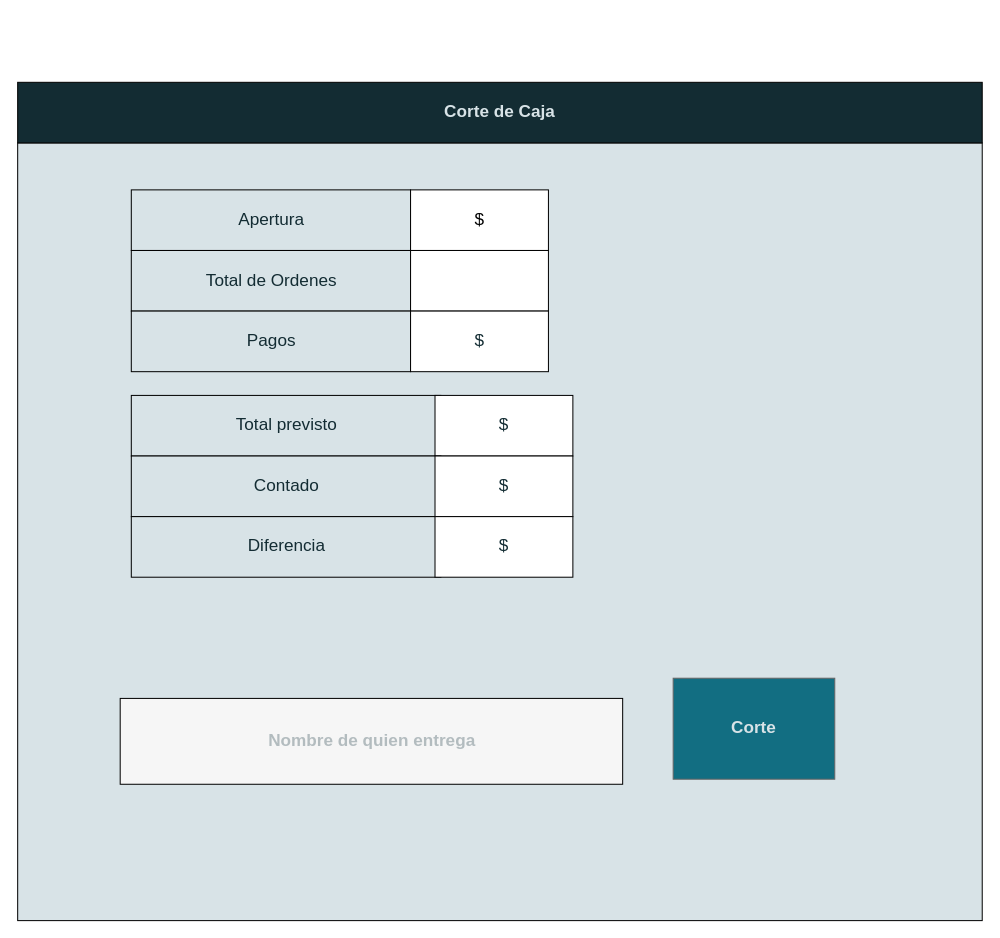
ValeriaAMD/Proyecto-F keeps this draw.io diagram as page "Corte de caja" (3 of 7) of proyecto/mockups refinados (1).drawio. Above is the earlier version. Source tidied: cells renumbered, new cells numbered last; positions are measured from the earlier drawing's top-left corner, leaving out a move shared by most shapes. Both pictures are drawn from the tidied source at 101%, with x=0, y=0 at pixel (17, 82).
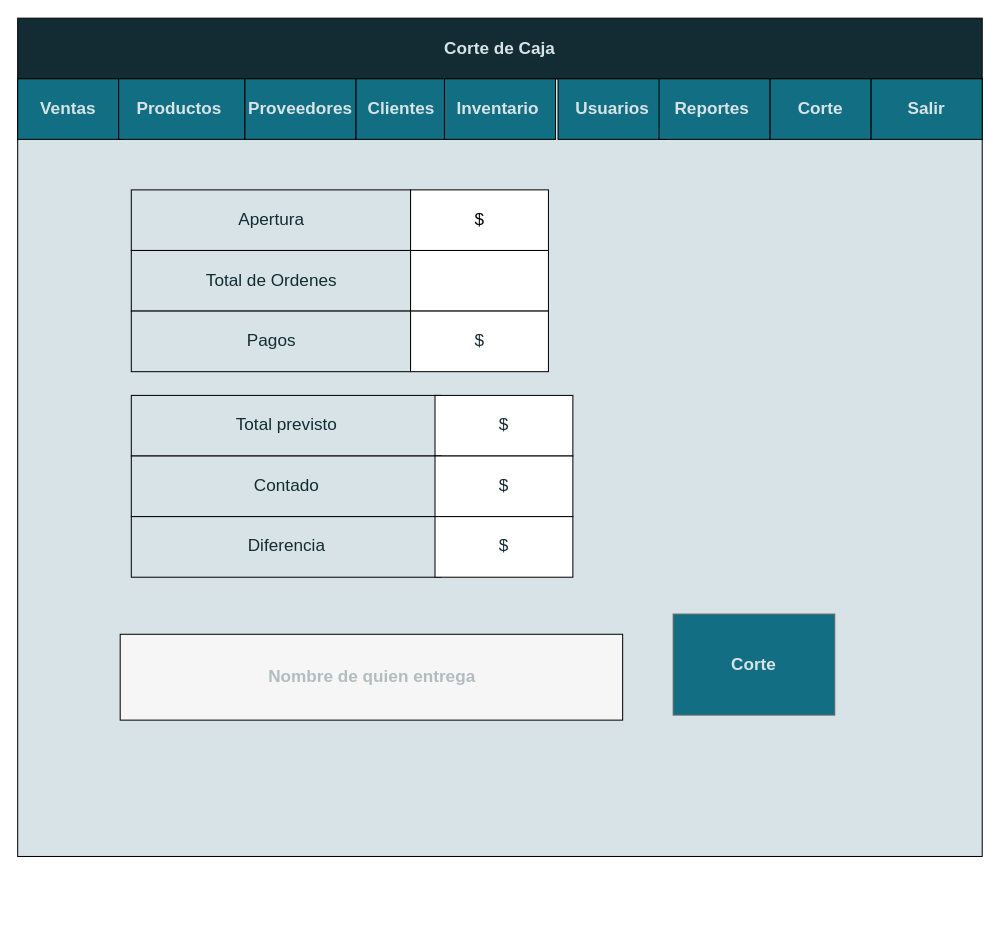
The same page after the edit.

Change to the diagram source:
```diff
@@
     <mxCell id="2" style="rounded=0;whiteSpace=wrap;html=1;fontSize=17;fontStyle=1;fontColor=#132C33;fillColor=#D8E3E7;" parent="1" vertex="1">
-      <mxGeometry y="60" width="955" height="770" as="geometry" />
+      <mxGeometry y="-3.5" width="955" height="770" as="geometry" />
     </mxCell>
     <mxCell id="3" value="&lt;font color=&quot;#b3bcbf&quot;&gt;Nombre de quien entrega&lt;/font&gt;" style="rounded=0;whiteSpace=wrap;html=1;fontSize=17;fontStyle=1;fontColor=#132C33;fillColor=#F6F6F6;align=center;" parent="1" vertex="1">
-      <mxGeometry x="101.5" y="610" width="497.5" height="85" as="geometry" />
+      <mxGeometry x="101.5" y="546.5" width="497.5" height="85" as="geometry" />
     </mxCell>
     <mxCell id="4" value="&lt;font color=&quot;#d8e3e7&quot;&gt;Corte de Caja&lt;/font&gt;" style="rounded=0;whiteSpace=wrap;html=1;fontSize=17;fontStyle=1;fontColor=#132C33;fillColor=#132C33;" parent="1" vertex="1">
-      <mxGeometry width="955" height="60" as="geometry" />
+      <mxGeometry y="-63.5" width="955" height="60" as="geometry" />
     </mxCell>
@@
     <mxCell id="13" value="Corte" style="text;html=1;strokeColor=#666666;fillColor=#126E82;align=center;verticalAlign=middle;whiteSpace=wrap;rounded=0;fontColor=#D8E3E7;fontSize=17;fontStyle=1;" parent="1" vertex="1">
-      <mxGeometry x="649" y="590" width="160" height="100" as="geometry" />
+      <mxGeometry x="649" y="526.5" width="160" height="100" as="geometry" />
     </mxCell>
@@
+    <mxCell id="18" value="&lt;font size=&quot;1&quot; style=&quot;&quot;&gt;&lt;b style=&quot;font-size: 17px;&quot;&gt;Ventas&amp;nbsp;&lt;/b&gt;&lt;/font&gt;" style="rounded=0;whiteSpace=wrap;html=1;fillColor=#126E82;fontColor=#D8E3E7;" parent="1" vertex="1">
+      <mxGeometry y="-3.5" width="105" height="60" as="geometry" />
+    </mxCell>
+    <mxCell id="19" value="&lt;font style=&quot;font-size: 17px;&quot;&gt;&lt;b&gt;Productos&amp;nbsp;&lt;/b&gt;&lt;/font&gt;" style="rounded=0;whiteSpace=wrap;html=1;fillColor=#126E82;fontColor=#D8E3E7;" parent="1" vertex="1">
+      <mxGeometry x="100" y="-3.5" width="125" height="60" as="geometry" />
+    </mxCell>
+    <mxCell id="20" value="&lt;font style=&quot;font-size: 17px;&quot;&gt;&lt;b&gt;Proveedores&lt;/b&gt;&lt;/font&gt;" style="rounded=0;whiteSpace=wrap;html=1;fillColor=#126E82;fontColor=#D8E3E7;" parent="1" vertex="1">
+      <mxGeometry x="225" y="-3.5" width="110" height="60" as="geometry" />
+    </mxCell>
+    <mxCell id="21" value="&lt;font style=&quot;font-size: 17px;&quot;&gt;&lt;b&gt;Clientes&lt;/b&gt;&lt;/font&gt;" style="rounded=0;whiteSpace=wrap;html=1;fillColor=#126E82;fontColor=#D8E3E7;" parent="1" vertex="1">
+      <mxGeometry x="335" y="-3.5" width="90" height="60" as="geometry" />
+    </mxCell>
+    <mxCell id="22" value="&lt;font style=&quot;font-size: 17px;&quot;&gt;&lt;b&gt;Inventario&amp;nbsp;&lt;/b&gt;&lt;/font&gt;" style="rounded=0;whiteSpace=wrap;html=1;fillColor=#126E82;fontColor=#D8E3E7;" parent="1" vertex="1">
+      <mxGeometry x="422.5" y="-3.5" width="110" height="60" as="geometry" />
+    </mxCell>
+    <mxCell id="23" value="&lt;font style=&quot;font-size: 17px;&quot;&gt;&lt;b&gt;Usuarios&lt;/b&gt;&lt;/font&gt;" style="rounded=0;whiteSpace=wrap;html=1;fillColor=#126E82;fontColor=#D8E3E7;" parent="1" vertex="1">
+      <mxGeometry x="535" y="-3.5" width="107.5" height="60" as="geometry" />
+    </mxCell>
+    <mxCell id="24" value="&lt;font style=&quot;font-size: 17px;&quot;&gt;&lt;b&gt;Reportes&amp;nbsp;&lt;/b&gt;&lt;/font&gt;" style="rounded=0;whiteSpace=wrap;html=1;fillColor=#126E82;fontColor=#D8E3E7;" parent="1" vertex="1">
+      <mxGeometry x="635" y="-3.5" width="110" height="60" as="geometry" />
+    </mxCell>
+    <mxCell id="25" value="&lt;font style=&quot;font-size: 17px;&quot;&gt;&lt;b&gt;Corte&lt;/b&gt;&lt;/font&gt;" style="rounded=0;whiteSpace=wrap;html=1;fillColor=#126E82;fontColor=#D8E3E7;" parent="1" vertex="1">
+      <mxGeometry x="745" y="-3.5" width="100" height="60" as="geometry" />
+    </mxCell>
+    <mxCell id="26" value="&lt;font style=&quot;font-size: 17px;&quot;&gt;&lt;b&gt;Salir&lt;/b&gt;&lt;/font&gt;" style="rounded=0;whiteSpace=wrap;html=1;fillColor=#126E82;fontColor=#D8E3E7;" parent="1" vertex="1">
+      <mxGeometry x="845" y="-3.5" width="110" height="60" as="geometry" />
+    </mxCell>
```
